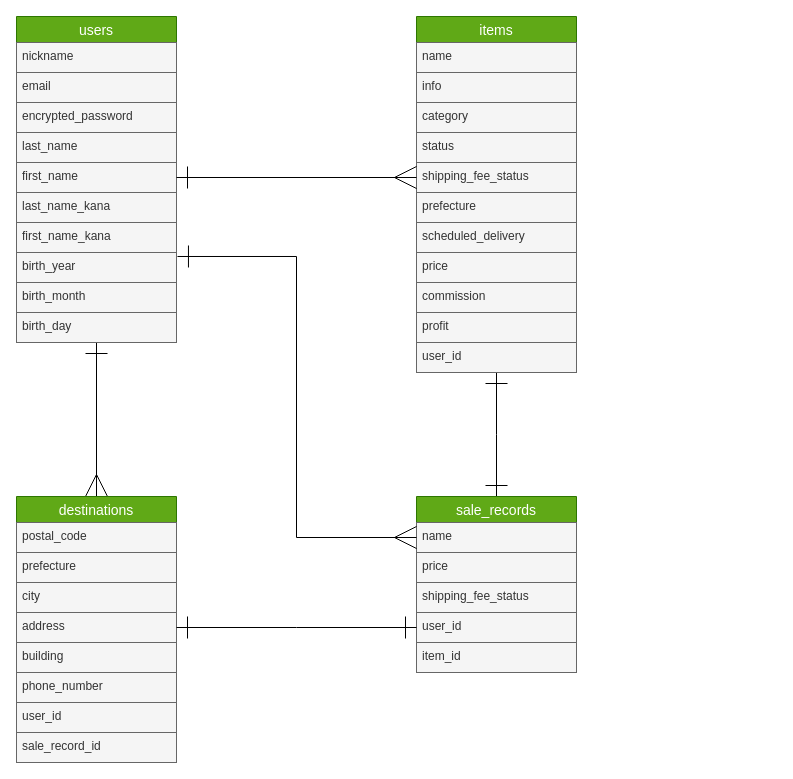
The draw.io diagram database.dio in yuki-0202/furima-37410, before the edit. Source tidied: cells renumbered, new cells numbered last; positions are measured from the earlier drawing's top-left corner, leaving out a move shared by most shapes. Both pictures are drawn from the tidied source at 100%, with x=0, y=0 at pixel (16, 16).
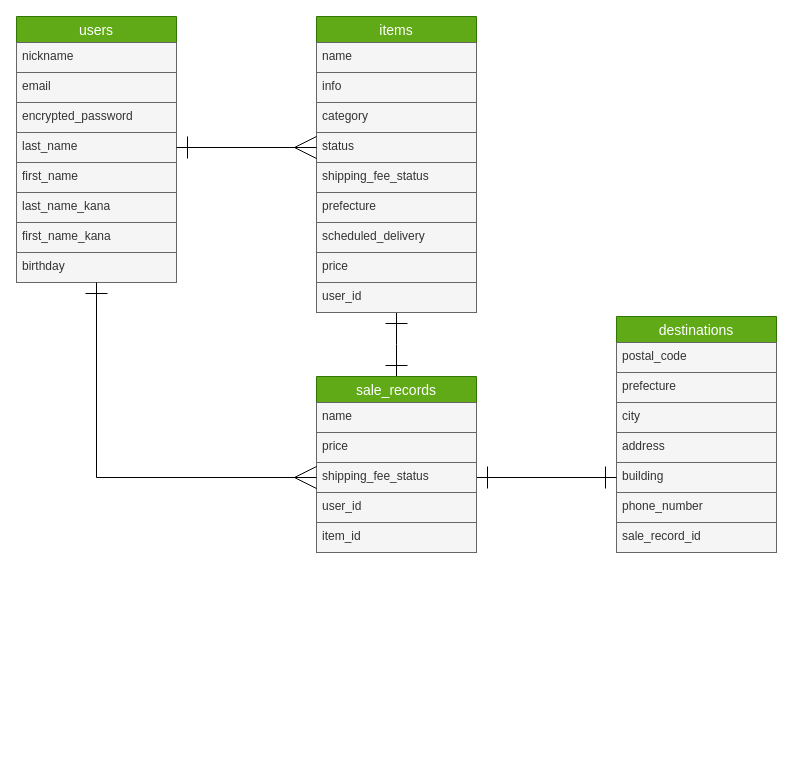
The same page after the edit.

Unchanged cells that the change refers to:
```xml
<mxCell id="7" value="last_name" style="text;strokeColor=#666666;fillColor=#f5f5f5;spacingLeft=4;spacingRight=4;overflow=hidden;points=[[0,0.5],[1,0.5]];portConstraint=eastwest;fontSize=12;fontColor=#333333;" parent="3" vertex="1">
  <mxGeometry y="116" width="160" height="30" as="geometry" />
</mxCell>
<mxCell id="8" value="first_name" style="text;strokeColor=#666666;fillColor=#f5f5f5;spacingLeft=4;spacingRight=4;overflow=hidden;points=[[0,0.5],[1,0.5]];portConstraint=eastwest;fontSize=12;fontColor=#333333;" parent="3" vertex="1">
  <mxGeometry y="146" width="160" height="30" as="geometry" />
</mxCell>
<mxCell id="19" value="status" style="text;strokeColor=#666666;fillColor=#f5f5f5;spacingLeft=4;spacingRight=4;overflow=hidden;points=[[0,0.5],[1,0.5]];portConstraint=eastwest;fontSize=12;fontColor=#333333;" parent="15" vertex="1">
  <mxGeometry y="116" width="160" height="30" as="geometry" />
</mxCell>
<mxCell id="20" value="shipping_fee_status" style="text;strokeColor=#666666;fillColor=#f5f5f5;spacingLeft=4;spacingRight=4;overflow=hidden;points=[[0,0.5],[1,0.5]];portConstraint=eastwest;fontSize=12;fontColor=#333333;" parent="15" vertex="1">
  <mxGeometry y="146" width="160" height="30" as="geometry" />
</mxCell>
<mxCell id="31" value="address" style="text;strokeColor=#666666;fillColor=#f5f5f5;spacingLeft=4;spacingRight=4;overflow=hidden;points=[[0,0.5],[1,0.5]];portConstraint=eastwest;fontSize=12;fontColor=#333333;" parent="27" vertex="1">
  <mxGeometry y="116" width="160" height="30" as="geometry" />
</mxCell>
<mxCell id="32" value="building" style="text;strokeColor=#666666;fillColor=#f5f5f5;spacingLeft=4;spacingRight=4;overflow=hidden;points=[[0,0.5],[1,0.5]];portConstraint=eastwest;fontSize=12;fontColor=#333333;" parent="27" vertex="1">
  <mxGeometry y="146" width="160" height="30" as="geometry" />
</mxCell>
<mxCell id="37" value="name" style="text;strokeColor=#666666;fillColor=#f5f5f5;spacingLeft=4;spacingRight=4;overflow=hidden;points=[[0,0.5],[1,0.5]];portConstraint=eastwest;fontSize=12;fontColor=#333333;" parent="36" vertex="1">
  <mxGeometry y="26" width="160" height="30" as="geometry" />
</mxCell>
<mxCell id="39" value="shipping_fee_status" style="text;strokeColor=#666666;fillColor=#f5f5f5;spacingLeft=4;spacingRight=4;overflow=hidden;points=[[0,0.5],[1,0.5]];portConstraint=eastwest;fontSize=12;fontColor=#333333;" parent="36" vertex="1">
  <mxGeometry y="86" width="160" height="30" as="geometry" />
</mxCell>
<mxCell id="40" value="user_id" style="text;strokeColor=#666666;fillColor=#f5f5f5;spacingLeft=4;spacingRight=4;overflow=hidden;points=[[0,0.5],[1,0.5]];portConstraint=eastwest;fontSize=12;fontColor=#333333;" parent="36" vertex="1">
  <mxGeometry y="116" width="160" height="30" as="geometry" />
</mxCell>
```

What changed in the source:
```diff
@@
-    <mxCell id="2" style="edgeStyle=elbowEdgeStyle;rounded=0;html=1;entryX=0.5;entryY=0;entryDx=0;entryDy=0;startArrow=ERone;startFill=0;endArrow=ERmany;endFill=0;startSize=20;endSize=20;sourcePerimeterSpacing=0;" parent="1" edge="1" source="3" target="27">
-      <mxGeometry relative="1" as="geometry" />
-    </mxCell>
     <mxCell id="3" value="users" style="swimlane;fontStyle=0;horizontal=1;startSize=26;align=center;fontSize=14;fillColor=#60a917;fontColor=#ffffff;strokeColor=#2D7600;" parent="1" vertex="1">
-      <mxGeometry width="160" height="326" as="geometry" />
+      <mxGeometry width="160" height="266" as="geometry" />
     </mxCell>
@@
-    <mxCell id="11" value="birth_year" style="text;strokeColor=#666666;fillColor=#f5f5f5;spacingLeft=4;spacingRight=4;overflow=hidden;points=[[0,0.5],[1,0.5]];portConstraint=eastwest;fontSize=12;fontColor=#333333;" parent="3" vertex="1">
+    <mxCell id="11" value="birthday" style="text;strokeColor=#666666;fillColor=#f5f5f5;spacingLeft=4;spacingRight=4;overflow=hidden;points=[[0,0.5],[1,0.5]];portConstraint=eastwest;fontSize=12;fontColor=#333333;" parent="3" vertex="1">
       <mxGeometry y="236" width="160" height="30" as="geometry" />
     </mxCell>
-    <mxCell id="12" value="birth_month" style="text;strokeColor=#666666;fillColor=#f5f5f5;spacingLeft=4;spacingRight=4;overflow=hidden;fontSize=12;fontColor=#333333;" parent="3" vertex="1">
-      <mxGeometry y="266" width="160" height="30" as="geometry" />
-    </mxCell>
-    <mxCell id="13" value="birth_day" style="text;strokeColor=#666666;fillColor=#f5f5f5;spacingLeft=4;spacingRight=4;overflow=hidden;fontSize=12;fontColor=#333333;" parent="3" vertex="1">
-      <mxGeometry y="296" width="160" height="30" as="geometry" />
-    </mxCell>
-    <mxCell id="14" style="edgeStyle=elbowEdgeStyle;rounded=0;html=1;entryX=0.5;entryY=0;entryDx=0;entryDy=0;startArrow=ERone;startFill=0;endArrow=ERone;endFill=0;startSize=20;endSize=20;sourcePerimeterSpacing=0;" parent="1" edge="1" source="15" target="36">
+    <mxCell id="14" style="edgeStyle=elbowEdgeStyle;rounded=0;html=1;startArrow=ERone;startFill=0;endArrow=ERone;endFill=0;startSize=20;endSize=20;sourcePerimeterSpacing=0;exitX=0.5;exitY=1;exitDx=0;exitDy=0;entryX=0.5;entryY=0;entryDx=0;entryDy=0;" parent="1" edge="1" source="15" target="36">
       <mxGeometry relative="1" as="geometry" />
     </mxCell>
     <mxCell id="15" value="items" style="swimlane;fontStyle=0;horizontal=1;startSize=26;align=center;fontSize=14;fillColor=#60a917;fontColor=#ffffff;strokeColor=#2D7600;" parent="1" vertex="1">
-      <mxGeometry x="400" width="160" height="356" as="geometry" />
+      <mxGeometry x="300" width="160" height="296" as="geometry" />
     </mxCell>
@@
-    <mxCell id="24" value="commission" style="text;strokeColor=#666666;fillColor=#f5f5f5;spacingLeft=4;spacingRight=4;overflow=hidden;fontSize=12;fontColor=#333333;" parent="15" vertex="1">
-      <mxGeometry y="266" width="160" height="30" as="geometry" />
-    </mxCell>
-    <mxCell id="25" value="profit" style="text;strokeColor=#666666;fillColor=#f5f5f5;spacingLeft=4;spacingRight=4;overflow=hidden;fontSize=12;fontColor=#333333;" parent="15" vertex="1">
-      <mxGeometry y="296" width="160" height="30" as="geometry" />
-    </mxCell>
     <mxCell id="26" value="user_id" style="text;strokeColor=#666666;fillColor=#f5f5f5;spacingLeft=4;spacingRight=4;overflow=hidden;fontSize=12;fontColor=#333333;" parent="15" vertex="1">
-      <mxGeometry y="326" width="160" height="30" as="geometry" />
+      <mxGeometry y="266" width="160" height="30" as="geometry" />
     </mxCell>
     <mxCell id="27" value="destinations" style="swimlane;fontStyle=0;horizontal=1;startSize=26;align=center;fontSize=14;fillColor=#60a917;fontColor=#ffffff;strokeColor=#2D7600;" parent="1" vertex="1">
-      <mxGeometry y="480" width="160" height="266" as="geometry" />
+      <mxGeometry x="600" y="300" width="160" height="236" as="geometry" />
     </mxCell>
@@
-    <mxCell id="34" value="user_id" style="text;strokeColor=#666666;fillColor=#f5f5f5;spacingLeft=4;spacingRight=4;overflow=hidden;fontSize=12;fontColor=#333333;" parent="27" vertex="1">
-      <mxGeometry y="206" width="160" height="30" as="geometry" />
-    </mxCell>
     <mxCell id="35" value="sale_record_id" style="text;strokeColor=#666666;fillColor=#f5f5f5;spacingLeft=4;spacingRight=4;overflow=hidden;fontSize=12;fontColor=#333333;" parent="27" vertex="1">
-      <mxGeometry y="236" width="160" height="30" as="geometry" />
+      <mxGeometry y="206" width="160" height="30" as="geometry" />
     </mxCell>
+    <mxCell id="45" style="edgeStyle=none;html=1;endArrow=ERone;endFill=0;startArrow=ERone;startFill=0;endSize=20;startSize=20;exitX=1;exitY=0.5;exitDx=0;exitDy=0;" parent="1" edge="1" source="39" target="32">
+      <mxGeometry relative="1" as="geometry" />
+    </mxCell>
     <mxCell id="36" value="sale_records" style="swimlane;fontStyle=0;horizontal=1;startSize=26;align=center;fontSize=14;fillColor=#60a917;fontColor=#ffffff;strokeColor=#2D7600;" parent="1" vertex="1">
-      <mxGeometry x="400" y="480" width="160" height="176" as="geometry" />
+      <mxGeometry x="300" y="360" width="160" height="176" as="geometry" />
     </mxCell>
@@
-    <mxCell id="42" style="edgeStyle=none;html=1;exitX=1;exitY=0.5;exitDx=0;exitDy=0;entryX=0;entryY=0.5;entryDx=0;entryDy=0;endArrow=ERmany;endFill=0;endSize=20;startArrow=ERone;startFill=0;startSize=20;sourcePerimeterSpacing=0;targetPerimeterSpacing=0;" parent="1" edge="1" source="8" target="20">
+    <mxCell id="42" style="edgeStyle=none;html=1;entryX=0;entryY=0.5;entryDx=0;entryDy=0;endArrow=ERmany;endFill=0;endSize=20;startArrow=ERone;startFill=0;startSize=20;sourcePerimeterSpacing=0;targetPerimeterSpacing=0;" parent="1" edge="1" source="7" target="19">
       <mxGeometry relative="1" as="geometry" />
     </mxCell>
-    <mxCell id="43" style="edgeStyle=elbowEdgeStyle;rounded=0;html=1;entryX=0;entryY=0.5;entryDx=0;entryDy=0;startArrow=ERone;startFill=0;endArrow=ERmany;endFill=0;startSize=20;endSize=20;sourcePerimeterSpacing=0;exitX=1.006;exitY=0.133;exitDx=0;exitDy=0;exitPerimeter=0;" parent="1" edge="1" source="11" target="37">
-      <mxGeometry relative="1" as="geometry" />
+    <mxCell id="43" style="edgeStyle=elbowEdgeStyle;rounded=0;html=1;startArrow=ERone;startFill=0;endArrow=ERmany;endFill=0;startSize=20;endSize=20;sourcePerimeterSpacing=0;" parent="1" edge="1" source="11" target="39">
+      <mxGeometry relative="1" as="geometry">
+        <Array as="points">
+          <mxPoint x="80" y="310" />
+          <mxPoint x="340" y="580" />
+        </Array>
+      </mxGeometry>
     </mxCell>
-    <mxCell id="44" style="edgeStyle=elbowEdgeStyle;rounded=0;html=1;entryX=0;entryY=0.5;entryDx=0;entryDy=0;startArrow=ERone;startFill=0;endArrow=ERone;endFill=0;startSize=20;endSize=20;sourcePerimeterSpacing=0;" parent="1" edge="1" source="31" target="40">
-      <mxGeometry relative="1" as="geometry" />
-    </mxCell>
```
